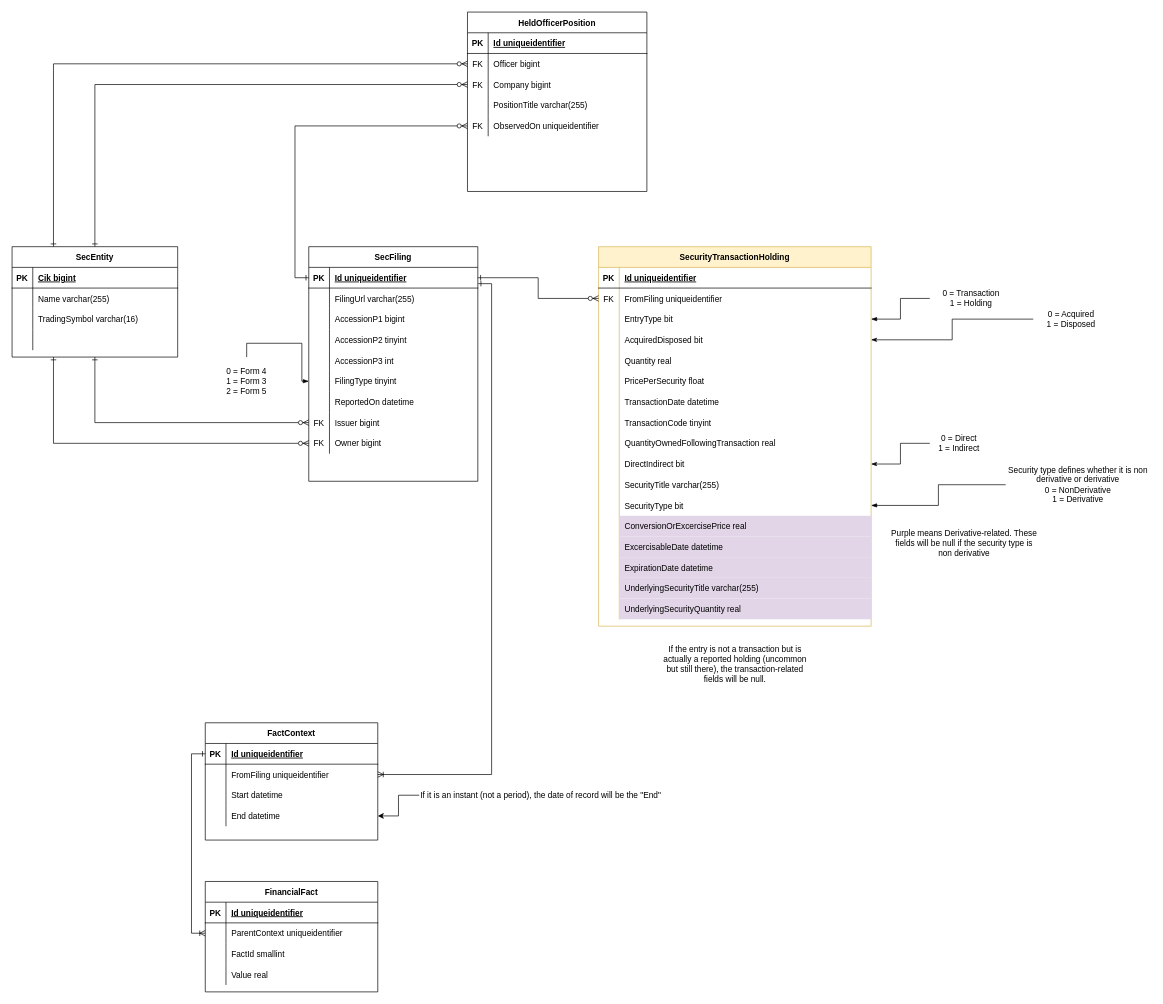
Earlier version of the draw.io diagram page "Filing-Derived" (1 of 3) of AletheiaErd.drawio (TimHanewich/Aletheia-Engine-Library). Source tidied: cells renumbered, new cells numbered last; positions are measured from the earlier drawing's top-left corner, leaving out a move shared by most shapes. Both pictures are drawn from the tidied source at 69%, with x=0, y=0 at pixel (12, 12).
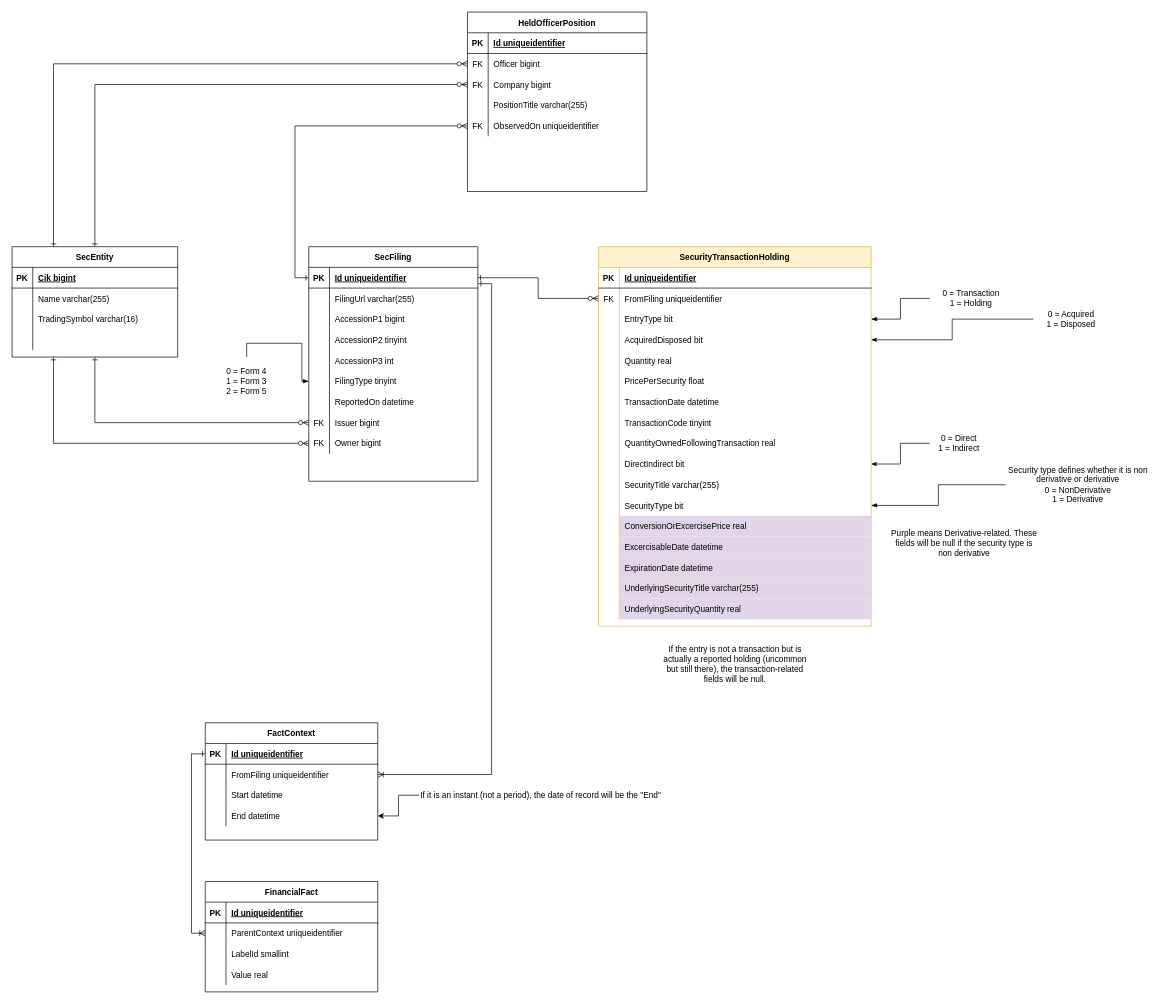
After the change.

Commit message:
Changed FactId to LabelId

The change refers to these unchanged cells:
```xml
<mxCell id="151" style="shape=partialRectangle;fillColor=none;top=0;left=0;bottom=0;right=0;" parent="144" vertex="1">
  <mxGeometry y="90" width="250" height="30" as="geometry" />
</mxCell>
```

The edit, as a diff of the source:
```diff
@@
-    <mxCell id="153" value="FactId smallint" style="shape=partialRectangle;fillColor=none;top=0;left=0;bottom=0;right=0;align=left;spacingLeft=6;overflow=hidden;" parent="151" vertex="1">
+    <mxCell id="153" value="LabelId smallint" style="shape=partialRectangle;fillColor=none;top=0;left=0;bottom=0;right=0;align=left;spacingLeft=6;overflow=hidden;" parent="151" vertex="1">
       <mxGeometry x="30" width="220" height="30" as="geometry" />
     </mxCell>
```
